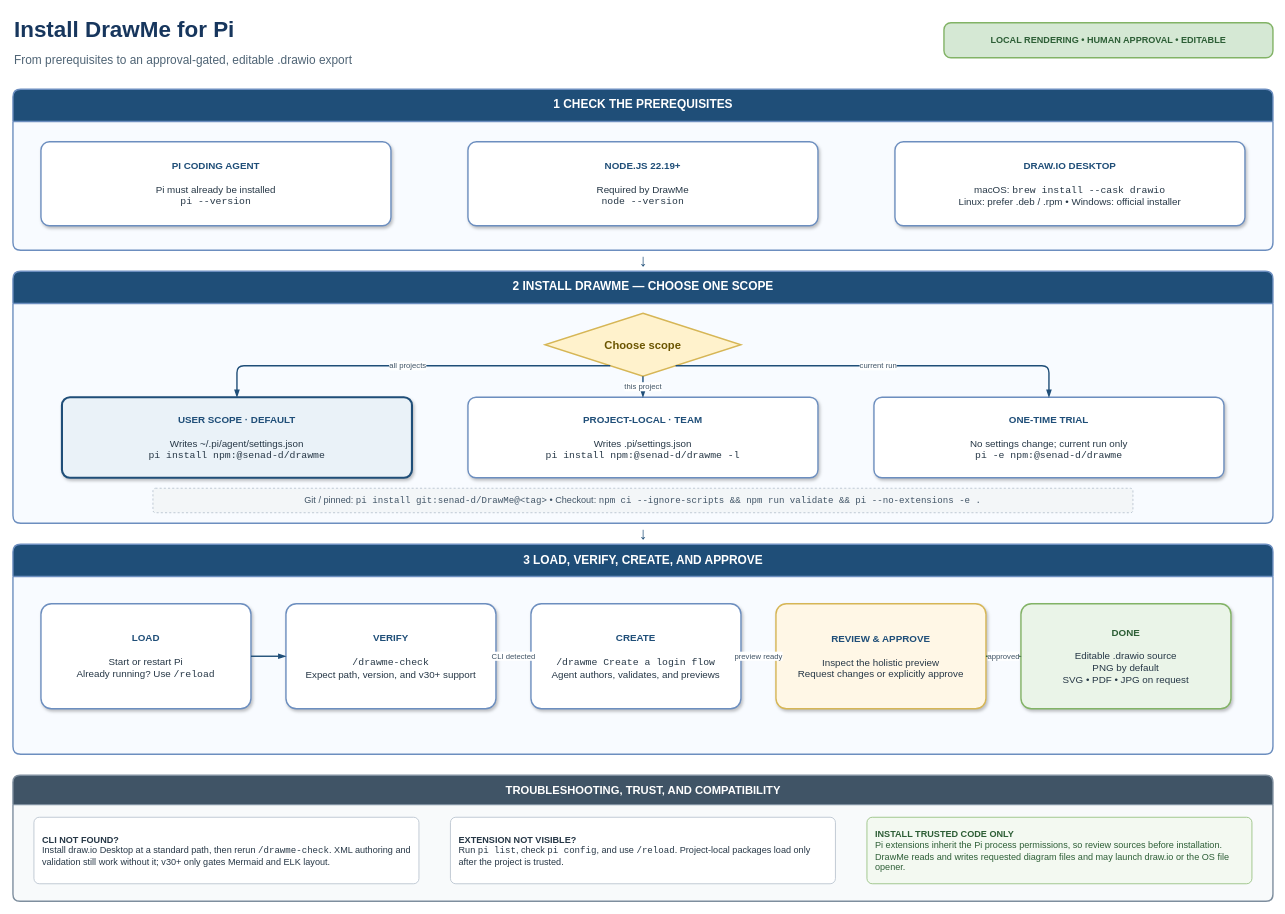
This is example/drawme-installation-guide.drawio from senad-d/DrawMe, a draw.io file, before an edit. Source tidied: cells renumbered, new cells numbered last; positions are measured from the earlier drawing's top-left corner, leaving out a move shared by most shapes. Both pictures are drawn from the tidied source at 70%, with x=0, y=0 at pixel (13, 12).
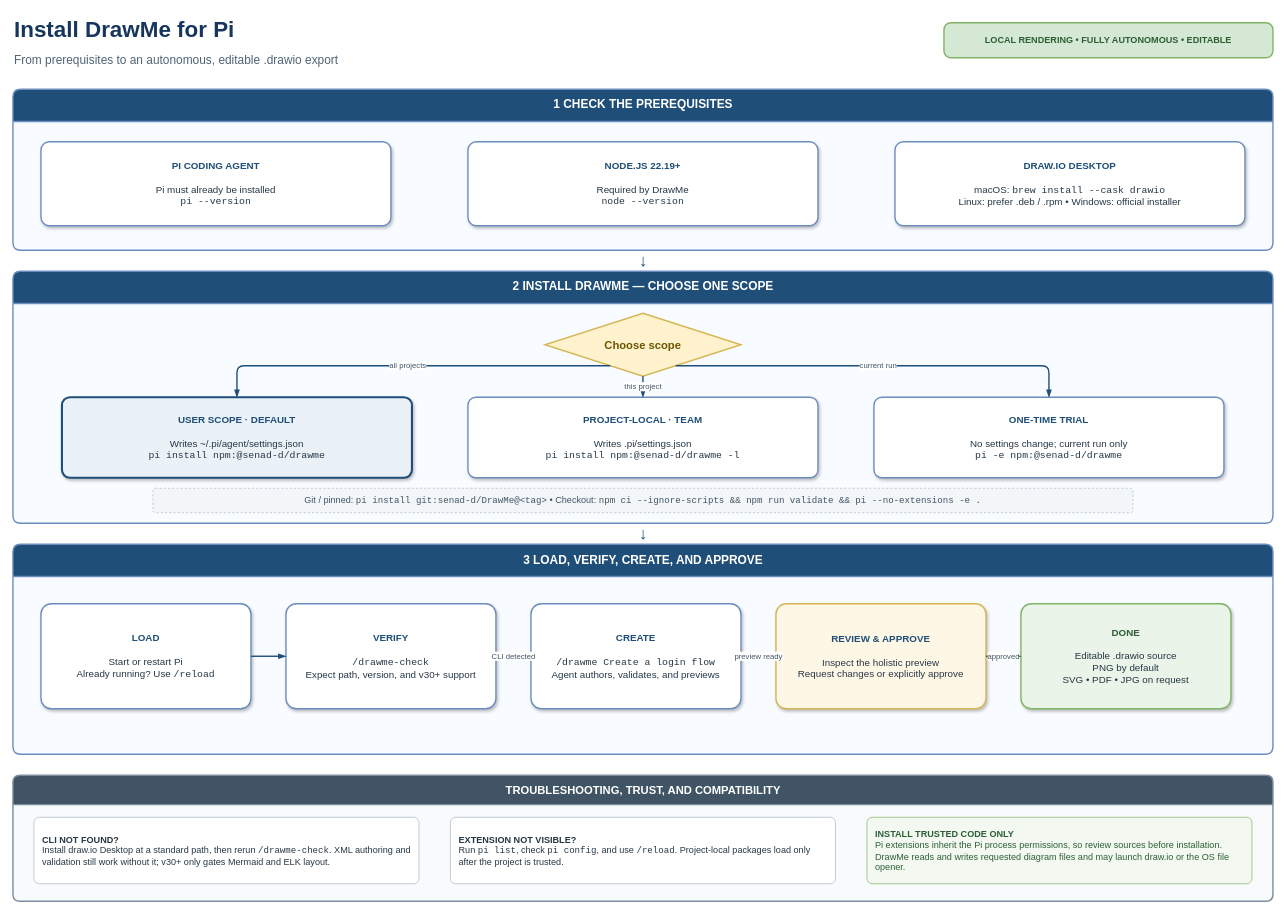
After the change.

The edit, as a diff of the source:
```diff
@@
-    <mxCell id="3" value="From prerequisites to an approval-gated, editable .drawio export" style="text;html=1;align=left;verticalAlign=middle;fontSize=17;fontColor=#4F6475;" parent="1" vertex="1">
+    <mxCell id="3" value="From prerequisites to an autonomous, editable .drawio export" style="text;html=1;align=left;verticalAlign=middle;fontSize=17;fontColor=#4F6475;" parent="1" vertex="1">
       <mxGeometry y="50" width="1100" height="40" as="geometry" />
     </mxCell>
-    <mxCell id="4" value="LOCAL RENDERING  •  HUMAN APPROVAL  •  EDITABLE" style="rounded=1;arcSize=20;whiteSpace=wrap;html=1;align=center;verticalAlign=middle;fontSize=13;fontStyle=1;fontColor=#2D5E36;fillColor=#D5E8D4;strokeColor=#82B366;strokeWidth=2;" parent="1" vertex="1">
+    <mxCell id="4" value="LOCAL RENDERING  •  FULLY AUTONOMOUS  •  EDITABLE" style="rounded=1;arcSize=20;whiteSpace=wrap;html=1;align=center;verticalAlign=middle;fontSize=13;fontStyle=1;fontColor=#2D5E36;fillColor=#D5E8D4;strokeColor=#82B366;strokeWidth=2;" parent="1" vertex="1">
       <mxGeometry x="1330" y="15" width="470" height="50" as="geometry" />
     </mxCell>
```
